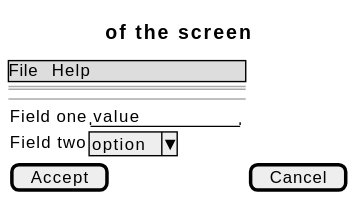
The PlantUML diagram docs/01-requirements/use-cases/subscribeWebhook/wireframes.svg in didactika/kampus, before a commit. The source it was exported from:
```plantuml
@startsalt
{
  {* File | Help }
  ==
  Title of the screen
  --
  {
    Field one | "value        "
    Field two | ^option^
  }
  [ Accept ] | [ Cancel ]
}
@endsalt
```
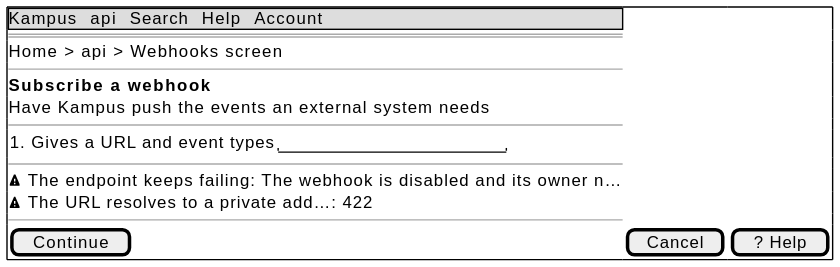
The same diagram one commit later.

The edit, as a diff of the source:
```diff
@@ -1,13 +1,19 @@
 @startsalt
-{
-  {* File | Help }
+{+
+  {* Kampus | api | Search | Help | Account }
   ==
-  Title of the screen
+  Home > api > Webhooks screen
+  --
+  <b>Subscribe a webhook
+  Have Kampus push the events an external system needs
   --
   {
-    Field one | "value        "
-    Field two | ^option^
+    1. Gives a URL and event types | "                    "
   }
-  [ Accept ] | [ Cancel ]
+  --
+  <&warning> The endpoint keeps failing: The webhook is disabled and its owner n…
+  <&warning> The URL resolves to a private add…: 422
+  --
+  [ Continue ] | [ Cancel ] | [ ? Help ]
 }
 @endsalt
```
